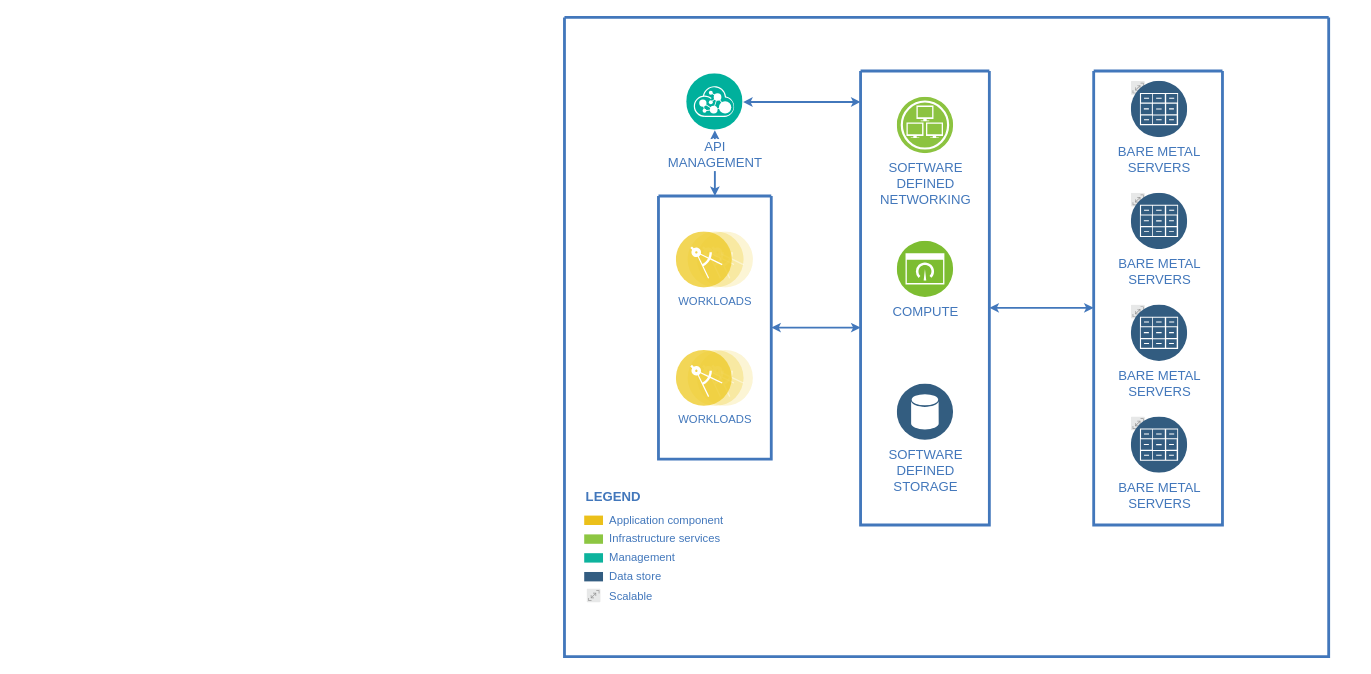
Before: Bravo_Architecture.drawio in whalebig27/change-request-process-diagram, a draw.io diagram. Source tidied: cells renumbered, new cells numbered last; positions are measured from the earlier drawing's top-left corner, leaving out a move shared by most shapes. Both pictures are drawn from the tidied source at 94%, with x=0, y=0 at pixel (564, 17).
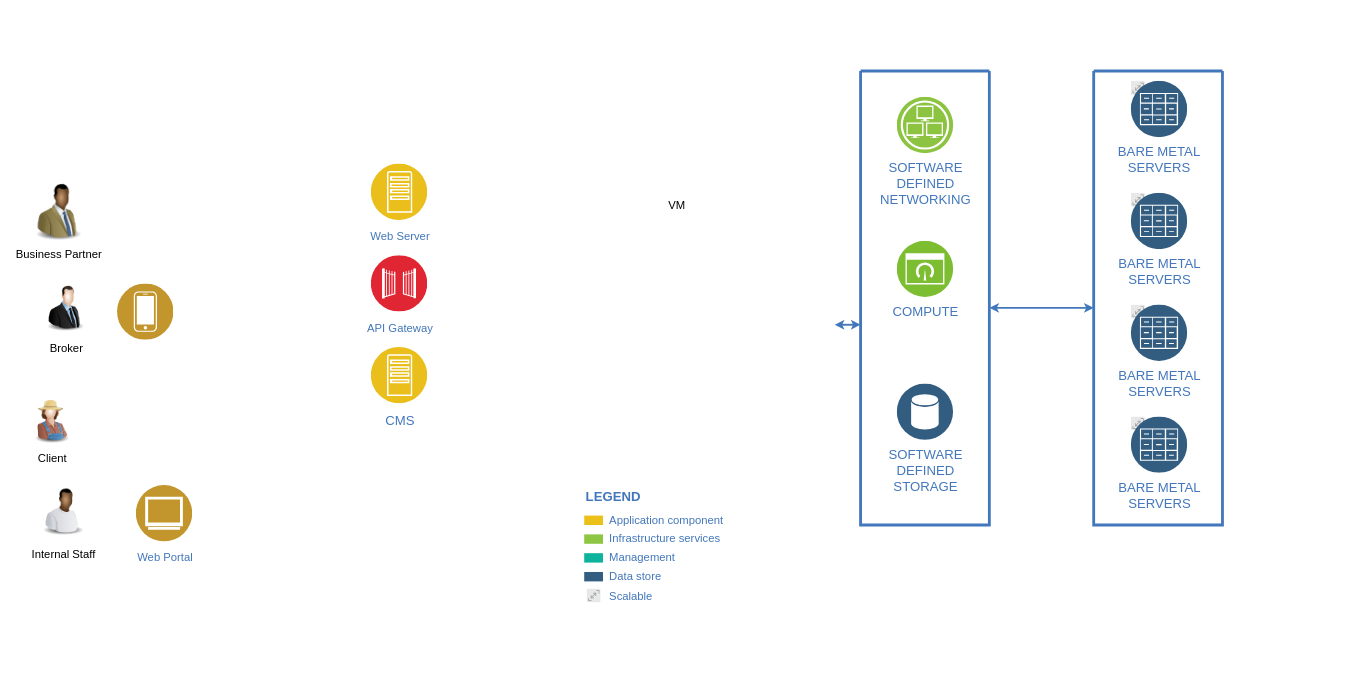
The same page after the edit.

The change refers to these unchanged cells:
```xml
<mxCell id="16" style="swimlane;shadow=0;strokeColor=#4277BB;fillColor=#ffffff;fontColor=#4277BB;align=right;startSize=0;strokeWidth=3;" parent="2" vertex="1">
  <mxGeometry x="315" y="57" width="137" height="483" as="geometry" />
</mxCell>
```

Change to the diagram source:
```diff
@@
-    <mxCell id="2" style="swimlane;shadow=0;strokeColor=#4277BB;fillColor=#ffffff;fontColor=#4277BB;align=right;startSize=0;strokeWidth=3;" parent="1" vertex="1">
-      <mxGeometry width="813" height="680" as="geometry" />
+    <mxCell id="2" style="swimlane;shadow=0;strokeColor=none;fillColor=#ffffff;fontColor=#4277BB;align=right;startSize=0;strokeWidth=3;" parent="1" vertex="1">
+      <mxGeometry width="841" height="680" as="geometry" />
     </mxCell>
-    <mxCell id="3" style="edgeStyle=elbowEdgeStyle;rounded=0;elbow=vertical;html=1;labelBackgroundColor=#ffffff;startArrow=classic;startFill=1;startSize=4;endArrow=classic;endFill=1;endSize=4;jettySize=auto;strokeColor=#4277BB;strokeWidth=2;fontSize=14;fontColor=#4277BB;" parent="2" edge="1" source="12" target="16">
-      <mxGeometry relative="1" as="geometry" />
-    </mxCell>
-    <mxCell id="4" style="edgeStyle=elbowEdgeStyle;rounded=0;elbow=vertical;html=1;labelBackgroundColor=#ffffff;startArrow=classic;startFill=1;startSize=4;endArrow=classic;endFill=1;endSize=4;jettySize=auto;strokeColor=#4277BB;strokeWidth=2;fontSize=14;fontColor=#4277BB;" parent="2" edge="1" source="13" target="16">
-      <mxGeometry relative="1" as="geometry" />
+    <mxCell id="4" style="edgeStyle=elbowEdgeStyle;rounded=0;elbow=vertical;html=1;labelBackgroundColor=#ffffff;startArrow=classic;startFill=1;startSize=4;endArrow=classic;endFill=1;endSize=4;jettySize=auto;strokeColor=#4277BB;strokeWidth=2;fontSize=14;fontColor=#4277BB;" parent="2" edge="1" target="16">
+      <mxGeometry relative="1" as="geometry">
+        <mxPoint x="287.5" y="327" as="sourcePoint" />
+      </mxGeometry>
     </mxCell>
@@
-    <mxCell id="6" style="edgeStyle=elbowEdgeStyle;rounded=0;elbow=vertical;html=1;labelBackgroundColor=#ffffff;startArrow=classic;startFill=1;startSize=4;endArrow=classic;endFill=1;endSize=4;jettySize=auto;strokeColor=#4277BB;strokeWidth=2;fontSize=14;fontColor=#4277BB;" parent="2" edge="1" source="12" target="13">
-      <mxGeometry relative="1" as="geometry" />
-    </mxCell>
@@
-    <mxCell id="12" value="API&lt;div&gt;MANAGEMENT&lt;/div&gt;" style="perimeter=ellipsePerimeter;html=1;align=center;shadow=0;dashed=0;image;image=img/lib/ibm/management/api_management.svg;rounded=1;labelBackgroundColor=#ffffff;strokeColor=#666666;strokeWidth=3;fillColor=#C2952D;gradientColor=none;fontSize=14;fontColor=#4277BB;spacingTop=3;" parent="2" vertex="1">
-      <mxGeometry x="130" y="60" width="60" height="60" as="geometry" />
-    </mxCell>
-    <mxCell id="13" style="swimlane;shadow=0;strokeColor=#4277BB;fillColor=#ffffff;fontColor=#4277BB;align=right;startSize=0;strokeWidth=3;" parent="2" vertex="1">
-      <mxGeometry x="100" y="190" width="120" height="280" as="geometry" />
-    </mxCell>
-    <mxCell id="14" value="WORKLOADS" style="perimeter=ellipsePerimeter;html=1;align=center;shadow=0;dashed=0;image;image=img/lib/ibm/applications/microservice.svg;labelBackgroundColor=#ffffff;strokeColor=#666666;strokeWidth=3;fillColor=#C2952D;gradientColor=none;fontSize=12;fontColor=#4277BB;" parent="13" vertex="1">
-      <mxGeometry x="19" y="38" width="82" height="60" as="geometry" />
-    </mxCell>
-    <mxCell id="15" value="WORKLOADS" style="perimeter=ellipsePerimeter;html=1;align=center;shadow=0;dashed=0;image;image=img/lib/ibm/applications/microservice.svg;labelBackgroundColor=#ffffff;strokeColor=#666666;strokeWidth=3;fillColor=#C2952D;gradientColor=none;fontSize=12;fontColor=#4277BB;" parent="13" vertex="1">
-      <mxGeometry x="19" y="164" width="82" height="60" as="geometry" />
-    </mxCell>
@@
+    <mxCell id="34" value="VM" style="text;html=1;strokeColor=none;fillColor=none;align=center;verticalAlign=middle;whiteSpace=wrap;rounded=0;" parent="2" vertex="1">
+      <mxGeometry x="100" y="190" width="40" height="20" as="geometry" />
+    </mxCell>
+    <mxCell id="35" value="&lt;font style=&quot;font-size: 14px&quot;&gt;CMS&lt;/font&gt;" style="perimeter=ellipsePerimeter;html=1;align=center;shadow=0;dashed=0;fontColor=#4277BB;labelBackgroundColor=#ffffff;fontSize=12;spacingTop=3;image;image=img/lib/ibm/applications/app_server.svg;" parent="1" vertex="1">
+      <mxGeometry x="-205.5" y="351" width="60" height="60" as="geometry" />
+    </mxCell>
+    <mxCell id="36" value="Web Server" style="perimeter=ellipsePerimeter;html=1;align=center;shadow=0;dashed=0;fontColor=#4277BB;labelBackgroundColor=#ffffff;fontSize=12;spacingTop=3;image;image=img/lib/ibm/applications/app_server.svg;" parent="1" vertex="1">
+      <mxGeometry x="-205.5" y="156" width="60" height="60" as="geometry" />
+    </mxCell>
+    <mxCell id="37" style="perimeter=ellipsePerimeter;html=1;align=center;shadow=0;dashed=0;fontColor=#4277BB;labelBackgroundColor=#ffffff;fontSize=12;spacingTop=3;image;image=img/lib/ibm/users/device.svg;" parent="1" vertex="1">
+      <mxGeometry x="-475.5" y="283.5" width="60" height="60" as="geometry" />
+    </mxCell>
+    <mxCell id="38" value="Web Portal" style="perimeter=ellipsePerimeter;html=1;align=center;shadow=0;dashed=0;fontColor=#4277BB;labelBackgroundColor=#ffffff;fontSize=12;spacingTop=3;image;image=img/lib/ibm/users/browser.svg;" parent="1" vertex="1">
+      <mxGeometry x="-455.5" y="498" width="60" height="60" as="geometry" />
+    </mxCell>
+    <mxCell id="39" value="API Gateway" style="perimeter=ellipsePerimeter;html=1;align=center;shadow=0;dashed=0;fontColor=#4277BB;labelBackgroundColor=#ffffff;fontSize=12;spacingTop=3;image;image=img/lib/ibm/security/gateway.svg;" parent="1" vertex="1">
+      <mxGeometry x="-205.5" y="253.5" width="60" height="60" as="geometry" />
+    </mxCell>
+    <mxCell id="40" value="Broker" style="image;html=1;labelBackgroundColor=#ffffff;image=img/lib/clip_art/people/Suit_Man_128x128.png;" parent="1" vertex="1">
+      <mxGeometry x="-555.5" y="281" width="50" height="57" as="geometry" />
+    </mxCell>
+    <mxCell id="41" value="Client" style="image;html=1;labelBackgroundColor=#ffffff;image=img/lib/clip_art/people/Farmer_Woman_128x128.png;" parent="1" vertex="1">
+      <mxGeometry x="-570.5" y="402" width="50" height="53" as="geometry" />
+    </mxCell>
+    <mxCell id="42" value="Business Partner" style="image;html=1;labelBackgroundColor=#ffffff;image=img/lib/clip_art/people/Suit_Man_Green_Black_128x128.png;" parent="1" vertex="1">
+      <mxGeometry x="-570.5" y="176" width="65" height="62" as="geometry" />
+    </mxCell>
+    <mxCell id="43" value="Internal Staff" style="image;html=1;labelBackgroundColor=#ffffff;image=img/lib/clip_art/people/Worker_Black_128x128.png;" parent="1" vertex="1">
+      <mxGeometry x="-560.5" y="490" width="55" height="68" as="geometry" />
+    </mxCell>
```
